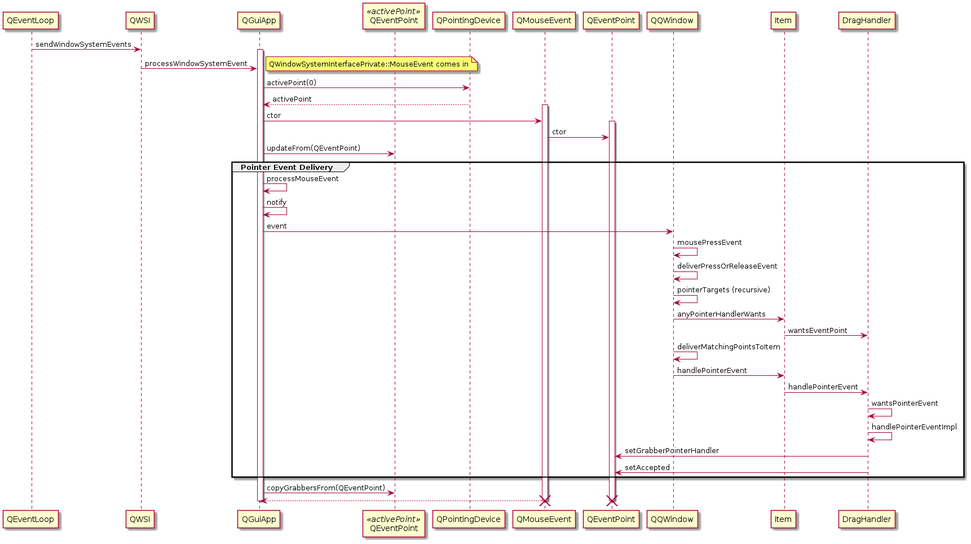
Before: presentation/resources/qt6-handler-delivery-seq.png, a diagram exported from PlantUML (ec1oud/qt-presentations).
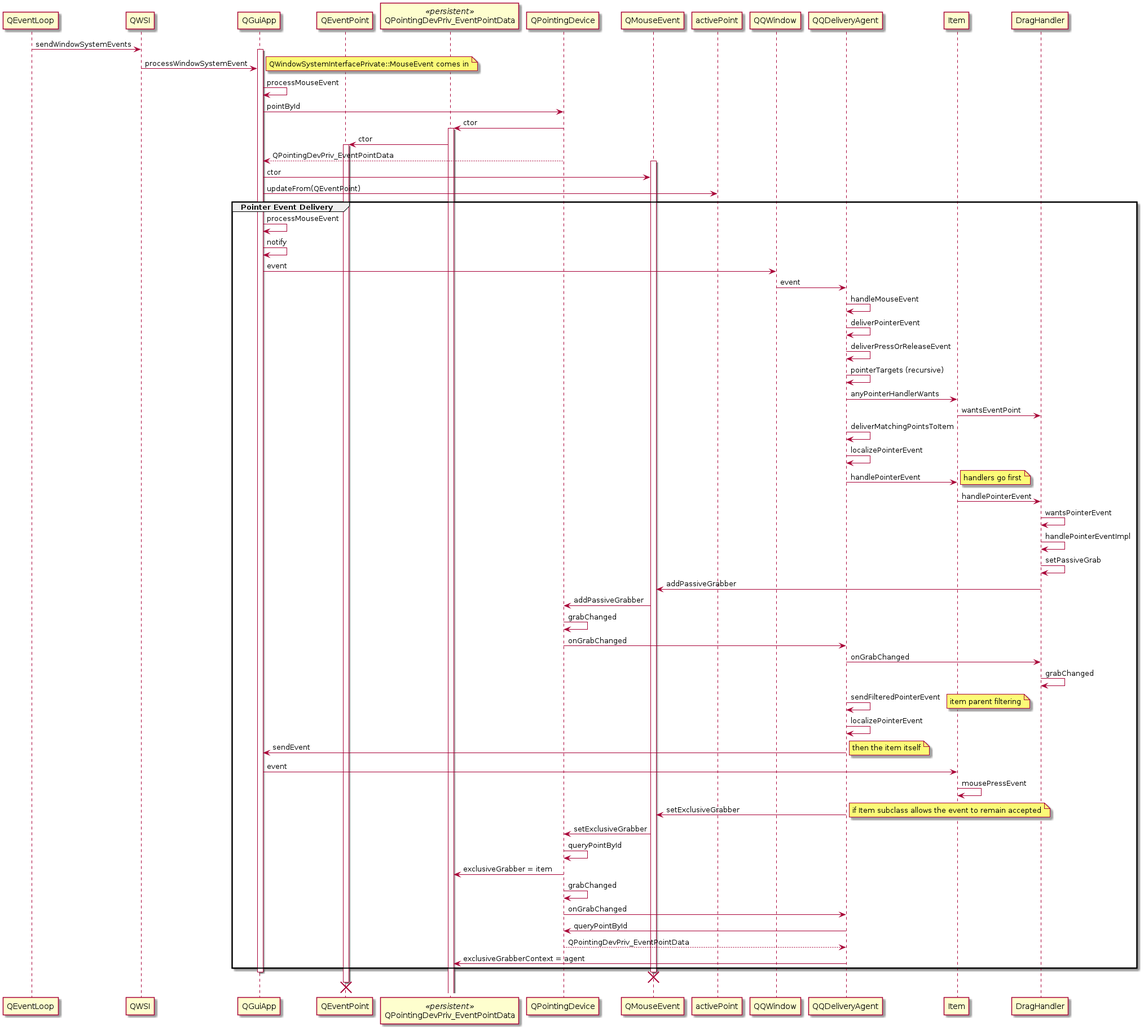
Later version of the same file.

Commit message:
Introduce QQuickDeliveryAgent (new in Qt 6.1), and more details

Show that handlers go first, then Item::event(), which might accept, which
might cause an exclusive grab.

Also details about EventPointData, construction order, grab notifications etc.

Change to the diagram source:
```diff
@@ -3,33 +3,61 @@
 activate QGuiApp
 QWSI -> QGuiApp : processWindowSystemEvent
 note right: QWindowSystemInterfacePrivate::MouseEvent comes in
-participant "QEventPoint" as activePoint << activePoint >>
-QGuiApp -> QPointingDevice : activePoint(0)
-QPointingDevice --> QGuiApp : activePoint
+QGuiApp -> QGuiApp : processMouseEvent
+participant "QEventPoint"
+participant "QPointingDevPriv_EventPointData" << persistent >>
+QGuiApp -> QPointingDevice : pointById
+QPointingDevice -> QPointingDevPriv_EventPointData : ctor
+activate QPointingDevPriv_EventPointData
+QPointingDevPriv_EventPointData -> QEventPoint : ctor
+activate QEventPoint
+QPointingDevice --> QGuiApp : QPointingDevPriv_EventPointData
 activate QMouseEvent
 QGuiApp -> QMouseEvent : ctor
-activate QEventPoint
-QMouseEvent -> QEventPoint : ctor
 QGuiApp -> activePoint : updateFrom(QEventPoint)
 group Pointer Event Delivery
 QGuiApp -> QGuiApp : processMouseEvent
 QGuiApp -> QGuiApp : notify
 QGuiApp -> QQWindow : event
-QQWindow -> QQWindow : mousePressEvent
-QQWindow -> QQWindow : deliverPressOrReleaseEvent
-QQWindow -> QQWindow : pointerTargets (recursive)
-QQWindow -> Item : anyPointerHandlerWants
+QQWindow -> QQDeliveryAgent : event
+QQDeliveryAgent -> QQDeliveryAgent : handleMouseEvent
+QQDeliveryAgent -> QQDeliveryAgent : deliverPointerEvent
+QQDeliveryAgent -> QQDeliveryAgent : deliverPressOrReleaseEvent
+QQDeliveryAgent -> QQDeliveryAgent : pointerTargets (recursive)
+QQDeliveryAgent -> Item : anyPointerHandlerWants
 Item -> DragHandler : wantsEventPoint
-QQWindow -> QQWindow : deliverMatchingPointsToItem
-QQWindow -> Item : handlePointerEvent
+QQDeliveryAgent -> QQDeliveryAgent : deliverMatchingPointsToItem
+QQDeliveryAgent -> QQDeliveryAgent : localizePointerEvent
+QQDeliveryAgent -> Item : handlePointerEvent
+note right: handlers go first
 Item -> DragHandler : handlePointerEvent
 DragHandler -> DragHandler : wantsPointerEvent
 DragHandler -> DragHandler : handlePointerEventImpl
-DragHandler -> QEventPoint : setGrabberPointerHandler
-DragHandler -> QEventPoint : setAccepted
+DragHandler -> DragHandler : setPassiveGrab
+DragHandler -> QMouseEvent : addPassiveGrabber
+QMouseEvent -> QPointingDevice : addPassiveGrabber
+QPointingDevice -> QPointingDevice : grabChanged
+QPointingDevice -> QQDeliveryAgent : onGrabChanged
+QQDeliveryAgent -> DragHandler : onGrabChanged
+DragHandler -> DragHandler : grabChanged
+QQDeliveryAgent -> QQDeliveryAgent : sendFilteredPointerEvent
+note right: item parent filtering
+QQDeliveryAgent -> QQDeliveryAgent : localizePointerEvent
+QQDeliveryAgent -> QGuiApp : sendEvent
+note right: then the item itself
+QGuiApp -> Item : event
+Item -> Item : mousePressEvent
+QQDeliveryAgent -> QMouseEvent : setExclusiveGrabber
+note right: if Item subclass allows the event to remain accepted
+QMouseEvent -> QPointingDevice : setExclusiveGrabber
+QPointingDevice -> QPointingDevice : queryPointById
+QPointingDevice -> QPointingDevPriv_EventPointData : exclusiveGrabber = item
+QPointingDevice -> QPointingDevice : grabChanged
+QPointingDevice -> QQDeliveryAgent : onGrabChanged
+QQDeliveryAgent -> QPointingDevice : queryPointById
+QPointingDevice --> QQDeliveryAgent : QPointingDevPriv_EventPointData
+QQDeliveryAgent -> QPointingDevPriv_EventPointData : exclusiveGrabberContext = agent
 end
-QGuiApp -> activePoint : copyGrabbersFrom(QEventPoint)
-return
 deactivate QGuiApp
 destroy QMouseEvent
 destroy QEventPoint
```
